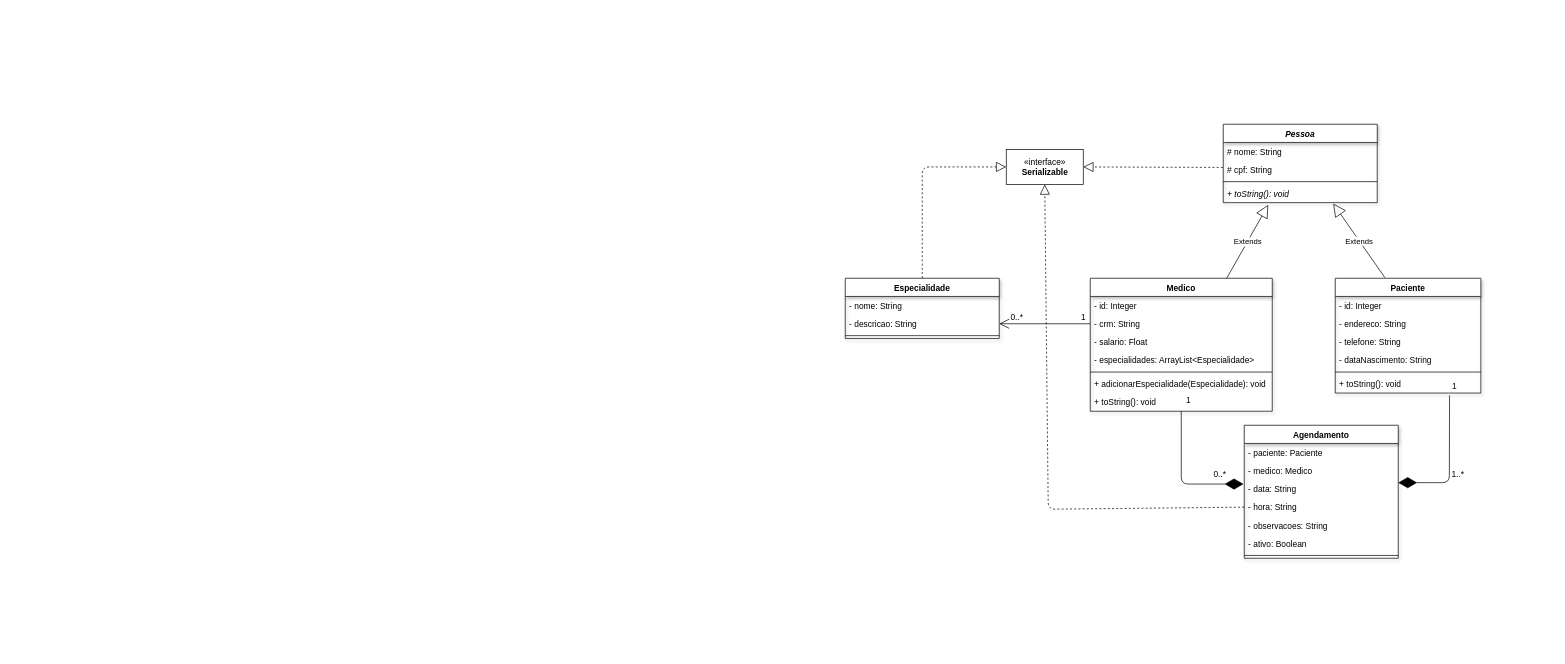
Before: projeto1/docs/medical-clinic.drawio in thalysonalexr/POO, a draw.io diagram. Source tidied: cells renumbered, new cells numbered last; positions are measured from the earlier drawing's top-left corner, leaving out a move shared by most shapes. Both pictures are drawn from the tidied source at 70%, with x=0, y=0 at pixel (845, 124).
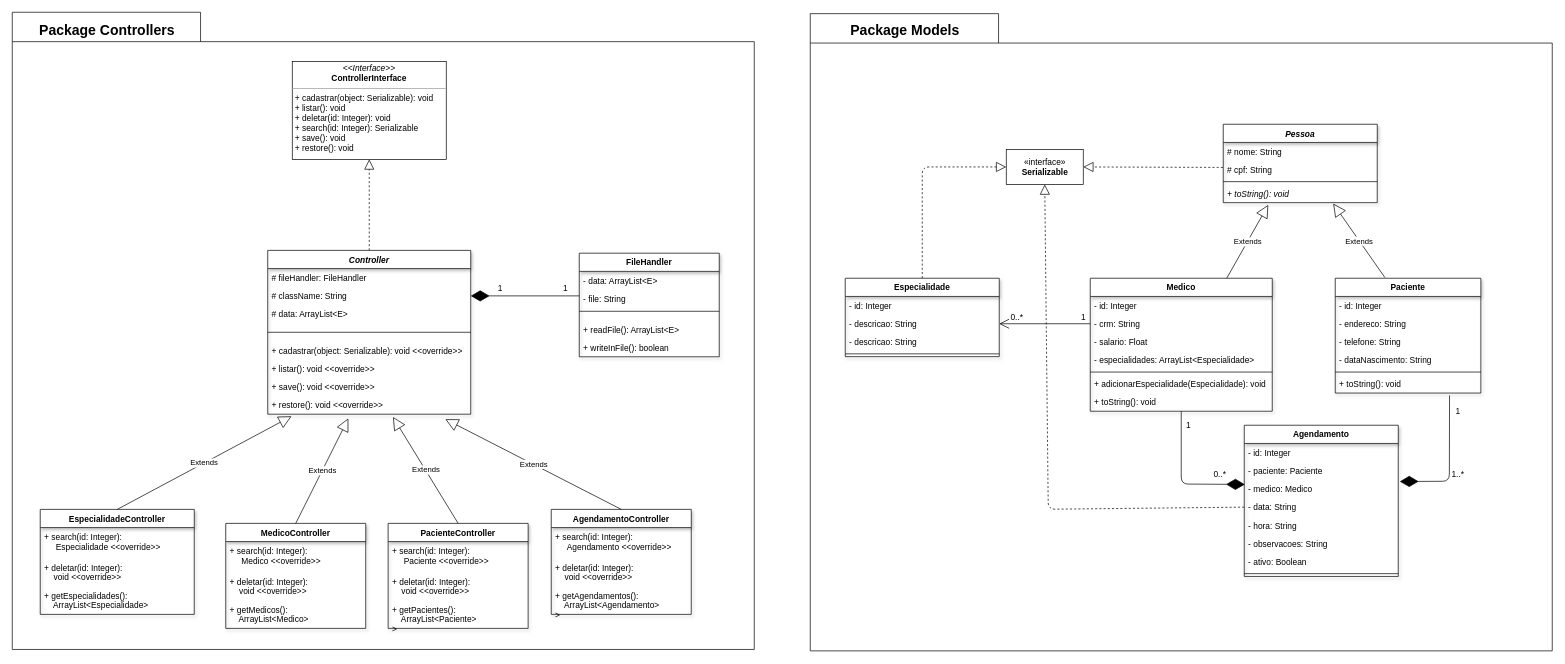
Above is the later version.

Unchanged cells that the change refers to:
```xml
<mxCell id="2" value="Medico" style="swimlane;fontStyle=1;align=center;verticalAlign=top;horizontal=1;startSize=26;shadow=1;" parent="1" vertex="1">
  <mxGeometry x="350" y="220" width="260" height="190" as="geometry" />
</mxCell>
<mxCell id="16" value="+ toString(): void" style="text;strokeColor=none;fillColor=none;align=left;verticalAlign=top;spacingLeft=4;spacingRight=4;overflow=hidden;points=[[0,0.5],[1,0.5]];portConstraint=eastwest;" parent="10" vertex="1">
  <mxGeometry y="138" width="208" height="26" as="geometry" />
</mxCell>
<mxCell id="17" value="Pessoa" style="swimlane;fontStyle=3;align=center;verticalAlign=top;horizontal=1;startSize=26;shadow=1;" parent="1" vertex="1">
  <mxGeometry x="540" width="220" height="112" as="geometry" />
</mxCell>
<mxCell id="45" value="«interface»&lt;br&gt;&lt;b&gt;Serializable&lt;/b&gt;" style="html=1;" parent="1" vertex="1">
  <mxGeometry x="230" y="36" width="110" height="50" as="geometry" />
</mxCell>
```

Diff of the diagram source:
```diff
@@
+    <mxCell id="49" style="shape=folder;fontStyle=1;spacingTop=10;tabWidth=269;tabHeight=42;tabPosition=left;html=1;" parent="1" vertex="1">
+      <mxGeometry x="-1190" y="-160" width="1060" height="910.3" as="geometry" />
+    </mxCell>
+    <mxCell id="50" value="Controller" style="swimlane;fontStyle=3;align=center;verticalAlign=top;horizontal=1;startSize=26;shadow=1;" parent="1" vertex="1">
+      <mxGeometry x="-825" y="180.2" width="290" height="234" as="geometry" />
+    </mxCell>
+    <mxCell id="51" value="# fileHandler: FileHandler" style="text;strokeColor=none;fillColor=none;align=left;verticalAlign=top;spacingLeft=4;spacingRight=4;overflow=hidden;" parent="50" vertex="1">
+      <mxGeometry y="26" width="290" height="26" as="geometry" />
+    </mxCell>
+    <mxCell id="52" value="# className: String" style="text;strokeColor=none;fillColor=none;align=left;verticalAlign=top;spacingLeft=4;spacingRight=4;overflow=hidden;points=[[0,0.5],[1,0.5]];portConstraint=eastwest;" parent="50" vertex="1">
+      <mxGeometry y="52" width="290" height="26" as="geometry" />
+    </mxCell>
+    <mxCell id="53" value="# data: ArrayList&lt;E&gt;" style="text;strokeColor=none;fillColor=none;align=left;verticalAlign=top;spacingLeft=4;spacingRight=4;overflow=hidden;" parent="50" vertex="1">
+      <mxGeometry y="78" width="290" height="26" as="geometry" />
+    </mxCell>
+    <mxCell id="54" style="line;strokeWidth=1;fillColor=none;align=left;verticalAlign=middle;spacingTop=-1;spacingLeft=3;spacingRight=3;labelPosition=right;" parent="50" vertex="1">
+      <mxGeometry y="104" width="290" height="26" as="geometry" />
+    </mxCell>
+    <mxCell id="55" value="+ cadastrar(object: Serializable): void &lt;&lt;override&gt;&gt;" style="text;strokeColor=none;fillColor=none;align=left;verticalAlign=top;spacingLeft=4;spacingRight=4;overflow=hidden;" parent="50" vertex="1">
+      <mxGeometry y="130" width="290" height="26" as="geometry" />
+    </mxCell>
+    <mxCell id="56" value="+ listar(): void &lt;&lt;override&gt;&gt;" style="text;strokeColor=none;fillColor=none;align=left;verticalAlign=top;spacingLeft=4;spacingRight=4;overflow=hidden;" parent="50" vertex="1">
+      <mxGeometry y="156" width="290" height="26" as="geometry" />
+    </mxCell>
+    <mxCell id="57" value="+ save(): void &lt;&lt;override&gt;&gt;" style="text;strokeColor=none;fillColor=none;align=left;verticalAlign=top;spacingLeft=4;spacingRight=4;overflow=hidden;" parent="50" vertex="1">
+      <mxGeometry y="182" width="290" height="26" as="geometry" />
+    </mxCell>
+    <mxCell id="58" value="+ restore(): void &lt;&lt;override&gt;&gt;" style="text;strokeColor=none;fillColor=none;align=left;verticalAlign=top;spacingLeft=4;spacingRight=4;overflow=hidden;points=[[0,0.5],[1,0.5]];portConstraint=eastwest;" parent="50" vertex="1">
+      <mxGeometry y="208" width="290" height="26" as="geometry" />
+    </mxCell>
+    <mxCell id="59" value="&lt;p style=&quot;margin: 0px ; margin-top: 4px ; text-align: center&quot;&gt;&lt;i&gt;&amp;lt;&amp;lt;Interface&amp;gt;&amp;gt;&lt;/i&gt;&lt;br&gt;&lt;b&gt;ControllerInterface&lt;/b&gt;&lt;/p&gt;&lt;hr size=&quot;1&quot;&gt;&lt;p style=&quot;margin: 0px ; margin-left: 4px&quot;&gt;+ cadastrar(object: Serializable): void&lt;br&gt;+ listar(): void&lt;/p&gt;&lt;p style=&quot;margin: 0px ; margin-left: 4px&quot;&gt;+ deletar(id: Integer): void&lt;/p&gt;&lt;p style=&quot;margin: 0px ; margin-left: 4px&quot;&gt;+ search(id: Integer): Serializable&lt;/p&gt;&lt;p style=&quot;margin: 0px ; margin-left: 4px&quot;&gt;+ save(): void&lt;/p&gt;&lt;p style=&quot;margin: 0px ; margin-left: 4px&quot;&gt;+ restore(): void&lt;/p&gt;&lt;p style=&quot;margin: 0px ; margin-left: 4px&quot;&gt;&lt;br&gt;&lt;/p&gt;" style="verticalAlign=top;align=left;overflow=fill;fontSize=12;fontFamily=Helvetica;html=1;" parent="1" vertex="1">
+      <mxGeometry x="-790" y="-89.8" width="220" height="140" as="geometry" />
+    </mxCell>
+    <mxCell id="60" style="endArrow=block;dashed=1;endFill=0;endSize=12;html=1;exitX=0.5;exitY=0;exitDx=0;exitDy=0;entryX=0.5;entryY=1;entryDx=0;entryDy=0;" parent="1" edge="1" source="50" target="59">
+      <mxGeometry relative="1" as="geometry" />
+    </mxCell>
+    <mxCell id="61" value="FileHandler" style="swimlane;fontStyle=1;align=center;verticalAlign=top;horizontal=1;startSize=26;shadow=1;" parent="1" vertex="1">
+      <mxGeometry x="-380" y="184.2" width="200" height="148" as="geometry" />
+    </mxCell>
+    <mxCell id="62" value="- data: ArrayList&lt;E&gt;" style="text;strokeColor=none;fillColor=none;align=left;verticalAlign=top;spacingLeft=4;spacingRight=4;overflow=hidden;" parent="61" vertex="1">
+      <mxGeometry y="26" width="200" height="26" as="geometry" />
+    </mxCell>
+    <mxCell id="63" value="- file: String" style="text;strokeColor=none;fillColor=none;align=left;verticalAlign=top;spacingLeft=4;spacingRight=4;overflow=hidden;points=[[0,0.5],[1,0.5]];portConstraint=eastwest;" parent="61" vertex="1">
+      <mxGeometry y="52" width="200" height="18" as="geometry" />
+    </mxCell>
+    <mxCell id="64" style="line;strokeWidth=1;fillColor=none;align=left;verticalAlign=middle;spacingTop=-1;spacingLeft=3;spacingRight=3;labelPosition=right;" parent="61" vertex="1">
+      <mxGeometry y="70" width="200" height="26" as="geometry" />
+    </mxCell>
+    <mxCell id="65" value="+ readFile(): ArrayList&lt;E&gt;" style="text;strokeColor=none;fillColor=none;align=left;verticalAlign=top;spacingLeft=4;spacingRight=4;overflow=hidden;" parent="61" vertex="1">
+      <mxGeometry y="96" width="200" height="26" as="geometry" />
+    </mxCell>
+    <mxCell id="66" value="+ writeInFile(): boolean" style="text;strokeColor=none;fillColor=none;align=left;verticalAlign=top;spacingLeft=4;spacingRight=4;overflow=hidden;" parent="61" vertex="1">
+      <mxGeometry y="122" width="200" height="26" as="geometry" />
+    </mxCell>
+    <mxCell id="67" style="endArrow=diamondThin;endFill=1;endSize=24;html=1;entryX=1;entryY=0.5;entryDx=0;entryDy=0;exitX=0;exitY=0.5;exitDx=0;exitDy=0;" parent="1" edge="1" source="63" target="52">
+      <mxGeometry relative="1" as="geometry" />
+    </mxCell>
+    <mxCell id="68" value="1" style="text;html=1;align=center;verticalAlign=middle;" parent="1" vertex="1">
+      <mxGeometry x="-503" y="225.2" width="20" height="20" as="geometry" />
+    </mxCell>
+    <mxCell id="69" value="1" style="text;html=1;align=center;verticalAlign=middle;" parent="1" vertex="1">
+      <mxGeometry x="-410" y="225.2" width="20" height="20" as="geometry" />
+    </mxCell>
+    <mxCell id="70" value="EspecialidadeController" style="swimlane;fontStyle=1;align=center;verticalAlign=top;horizontal=1;startSize=26;shadow=1;" parent="1" vertex="1">
+      <mxGeometry x="-1150" y="550.2" width="220" height="150" as="geometry" />
+    </mxCell>
+    <mxCell id="71" value="+ search(id: Integer): &#10;     Especialidade &lt;&lt;override&gt;&gt;" style="text;strokeColor=none;fillColor=none;align=left;verticalAlign=top;spacingLeft=4;spacingRight=4;overflow=hidden;" parent="70" vertex="1">
+      <mxGeometry y="26" width="220" height="44" as="geometry" />
+    </mxCell>
+    <mxCell id="72" value="+ deletar(id: Integer):&#10;    void &lt;&lt;override&gt;&gt;" style="text;strokeColor=none;fillColor=none;align=left;verticalAlign=top;spacingLeft=4;spacingRight=4;overflow=hidden;" parent="70" vertex="1">
+      <mxGeometry y="70" width="220" height="40" as="geometry" />
+    </mxCell>
+    <mxCell id="73" value="+ getEspecialidades():&#10;    ArrayList&lt;Especialidade&gt;" style="text;strokeColor=none;fillColor=none;align=left;verticalAlign=top;spacingLeft=4;spacingRight=4;overflow=hidden;" parent="70" vertex="1">
+      <mxGeometry y="110" width="220" height="40" as="geometry" />
+    </mxCell>
+    <mxCell id="74" value="Extends" style="endArrow=block;endSize=16;endFill=0;html=1;exitX=0.5;exitY=0;exitDx=0;exitDy=0;entryX=0.117;entryY=1.115;entryDx=0;entryDy=0;entryPerimeter=0;" parent="1" edge="1" source="70" target="58">
+      <mxGeometry relative="1" as="geometry" />
+    </mxCell>
+    <mxCell id="75" value="MedicoController" style="swimlane;fontStyle=1;align=center;verticalAlign=top;horizontal=1;startSize=26;shadow=1;" parent="1" vertex="1">
+      <mxGeometry x="-885" y="570.2" width="200" height="150" as="geometry" />
+    </mxCell>
+    <mxCell id="76" value="+ search(id: Integer): &#10;     Medico &lt;&lt;override&gt;&gt;" style="text;strokeColor=none;fillColor=none;align=left;verticalAlign=top;spacingLeft=4;spacingRight=4;overflow=hidden;" parent="75" vertex="1">
+      <mxGeometry y="26" width="200" height="44" as="geometry" />
+    </mxCell>
+    <mxCell id="77" value="+ deletar(id: Integer):&#10;    void &lt;&lt;override&gt;&gt;" style="text;strokeColor=none;fillColor=none;align=left;verticalAlign=top;spacingLeft=4;spacingRight=4;overflow=hidden;" parent="75" vertex="1">
+      <mxGeometry y="70" width="200" height="40" as="geometry" />
+    </mxCell>
+    <mxCell id="78" value="+ getMedicos():&#10;    ArrayList&lt;Medico&gt;" style="text;strokeColor=none;fillColor=none;align=left;verticalAlign=top;spacingLeft=4;spacingRight=4;overflow=hidden;" parent="75" vertex="1">
+      <mxGeometry y="110" width="200" height="40" as="geometry" />
+    </mxCell>
+    <mxCell id="79" value="PacienteController" style="swimlane;fontStyle=1;align=center;verticalAlign=top;horizontal=1;startSize=26;shadow=1;" parent="1" vertex="1">
+      <mxGeometry x="-653" y="570.2" width="200" height="150" as="geometry" />
+    </mxCell>
+    <mxCell id="80" value="+ search(id: Integer): &#10;     Paciente &lt;&lt;override&gt;&gt;" style="text;strokeColor=none;fillColor=none;align=left;verticalAlign=top;spacingLeft=4;spacingRight=4;overflow=hidden;" parent="79" vertex="1">
+      <mxGeometry y="26" width="200" height="44" as="geometry" />
+    </mxCell>
+    <mxCell id="81" value="+ deletar(id: Integer):&#10;    void &lt;&lt;override&gt;&gt;" style="text;strokeColor=none;fillColor=none;align=left;verticalAlign=top;spacingLeft=4;spacingRight=4;overflow=hidden;" parent="79" vertex="1">
+      <mxGeometry y="70" width="200" height="40" as="geometry" />
+    </mxCell>
+    <mxCell id="82" value="+ getPacientes():&#10;    ArrayList&lt;Paciente&gt;&#10;&gt;" style="text;strokeColor=none;fillColor=none;align=left;verticalAlign=top;spacingLeft=4;spacingRight=4;overflow=hidden;" parent="79" vertex="1">
+      <mxGeometry y="110" width="200" height="40" as="geometry" />
+    </mxCell>
+    <mxCell id="83" value="AgendamentoController" style="swimlane;fontStyle=1;align=center;verticalAlign=top;horizontal=1;startSize=26;shadow=1;" parent="1" vertex="1">
+      <mxGeometry x="-420" y="550.2" width="200" height="150" as="geometry" />
+    </mxCell>
+    <mxCell id="84" value="+ search(id: Integer): &#10;     Agendamento &lt;&lt;override&gt;&gt;" style="text;strokeColor=none;fillColor=none;align=left;verticalAlign=top;spacingLeft=4;spacingRight=4;overflow=hidden;" parent="83" vertex="1">
+      <mxGeometry y="26" width="200" height="44" as="geometry" />
+    </mxCell>
+    <mxCell id="85" value="+ deletar(id: Integer):&#10;    void &lt;&lt;override&gt;&gt;" style="text;strokeColor=none;fillColor=none;align=left;verticalAlign=top;spacingLeft=4;spacingRight=4;overflow=hidden;" parent="83" vertex="1">
+      <mxGeometry y="70" width="200" height="40" as="geometry" />
+    </mxCell>
+    <mxCell id="86" value="+ getAgendamentos():&#10;    ArrayList&lt;Agendamento&gt;&#10;&gt;" style="text;strokeColor=none;fillColor=none;align=left;verticalAlign=top;spacingLeft=4;spacingRight=4;overflow=hidden;" parent="83" vertex="1">
+      <mxGeometry y="110" width="200" height="40" as="geometry" />
+    </mxCell>
+    <mxCell id="87" value="Extends" style="endArrow=block;endSize=16;endFill=0;html=1;exitX=0.5;exitY=0;exitDx=0;exitDy=0;entryX=0.397;entryY=1.231;entryDx=0;entryDy=0;entryPerimeter=0;" parent="1" edge="1" source="75" target="58">
+      <mxGeometry relative="1" as="geometry" />
+    </mxCell>
+    <mxCell id="88" value="Extends" style="endArrow=block;endSize=16;endFill=0;html=1;exitX=0.5;exitY=0;exitDx=0;exitDy=0;entryX=0.617;entryY=1.154;entryDx=0;entryDy=0;entryPerimeter=0;" parent="1" edge="1" source="79" target="58">
+      <mxGeometry relative="1" as="geometry" />
+    </mxCell>
+    <mxCell id="89" value="Extends" style="endArrow=block;endSize=16;endFill=0;html=1;exitX=0.5;exitY=0;exitDx=0;exitDy=0;entryX=0.875;entryY=1.275;entryDx=0;entryDy=0;entryPerimeter=0;" parent="1" edge="1" source="83" target="58">
+      <mxGeometry relative="1" as="geometry" />
+    </mxCell>
+    <mxCell id="90" value="Package Controllers" style="text;html=1;align=center;verticalAlign=middle;fontSize=20;fontStyle=1;" parent="1" vertex="1">
+      <mxGeometry x="-1160" y="-150" width="210" height="30" as="geometry" />
+    </mxCell>
+    <mxCell id="91" style="shape=folder;fontStyle=1;spacingTop=10;tabWidth=269;tabHeight=42;tabPosition=left;html=1;" parent="1" vertex="1">
+      <mxGeometry x="-50" y="-158" width="1060" height="910.3" as="geometry" />
+    </mxCell>
@@
-    <mxCell id="20" style="line;strokeWidth=1;fillColor=none;align=left;verticalAlign=middle;spacingTop=-1;spacingLeft=3;spacingRight=3;labelPosition=right;" parent="17" vertex="1">
-      <mxGeometry y="78" width="220" height="8" as="geometry" />
-    </mxCell>
+    <mxCell id="92" style="line;strokeWidth=1;fillColor=none;align=left;verticalAlign=middle;spacingTop=-1;spacingLeft=3;spacingRight=3;labelPosition=right;" parent="17" vertex="1">
+      <mxGeometry y="78" width="220" height="8" as="geometry" />
+    </mxCell>
@@
     <mxCell id="24" value="Especialidade" style="swimlane;fontStyle=1;align=center;verticalAlign=top;horizontal=1;startSize=26;shadow=1;" parent="1" vertex="1">
-      <mxGeometry y="220" width="220" height="86" as="geometry" />
+      <mxGeometry y="220" width="220" height="112" as="geometry" />
     </mxCell>
-    <mxCell id="25" value="- nome: String" style="text;strokeColor=none;fillColor=none;align=left;verticalAlign=top;spacingLeft=4;spacingRight=4;overflow=hidden;" parent="24" vertex="1">
-      <mxGeometry y="26" width="220" height="26" as="geometry" />
-    </mxCell>
+    <mxCell id="93" value="- id: Integer" style="text;strokeColor=none;fillColor=none;align=left;verticalAlign=top;spacingLeft=4;spacingRight=4;overflow=hidden;" parent="24" vertex="1">
+      <mxGeometry y="26" width="220" height="26" as="geometry" />
+    </mxCell>
@@
-    <mxCell id="27" style="line;strokeWidth=1;fillColor=none;align=left;verticalAlign=middle;spacingTop=-1;spacingLeft=3;spacingRight=3;labelPosition=right;" parent="24" vertex="1">
-      <mxGeometry y="78" width="220" height="8" as="geometry" />
-    </mxCell>
+    <mxCell id="94" value="- descricao: String" style="text;strokeColor=none;fillColor=none;align=left;verticalAlign=top;spacingLeft=4;spacingRight=4;overflow=hidden;" parent="24" vertex="1">
+      <mxGeometry y="78" width="220" height="26" as="geometry" />
+    </mxCell>
+    <mxCell id="95" style="line;strokeWidth=1;fillColor=none;align=left;verticalAlign=middle;spacingTop=-1;spacingLeft=3;spacingRight=3;labelPosition=right;" parent="24" vertex="1">
+      <mxGeometry y="104" width="220" height="8" as="geometry" />
+    </mxCell>
@@
-    <mxCell id="30" value="1" style="text;html=1;align=center;verticalAlign=middle;" parent="1" vertex="1">
-      <mxGeometry x="330" y="266" width="20" height="20" as="geometry" />
-    </mxCell>
+    <mxCell id="96" value="1" style="text;html=1;align=center;verticalAlign=middle;" parent="1" vertex="1">
+      <mxGeometry x="330" y="266" width="20" height="20" as="geometry" />
+    </mxCell>
     <mxCell id="31" value="Agendamento" style="swimlane;fontStyle=1;align=center;verticalAlign=top;horizontal=1;startSize=26;shadow=1;" parent="1" vertex="1">
-      <mxGeometry x="570" y="430" width="220" height="190" as="geometry" />
+      <mxGeometry x="570" y="430" width="220" height="216" as="geometry" />
     </mxCell>
+    <mxCell id="97" value="- id: Integer" style="text;strokeColor=none;fillColor=none;align=left;verticalAlign=top;spacingLeft=4;spacingRight=4;overflow=hidden;" parent="31" vertex="1">
+      <mxGeometry y="26" width="220" height="26" as="geometry" />
+    </mxCell>
     <mxCell id="32" value="- paciente: Paciente" style="text;strokeColor=none;fillColor=none;align=left;verticalAlign=top;spacingLeft=4;spacingRight=4;overflow=hidden;" parent="31" vertex="1">
-      <mxGeometry y="26" width="220" height="26" as="geometry" />
+      <mxGeometry y="52" width="220" height="26" as="geometry" />
     </mxCell>
     <mxCell id="33" value="- medico: Medico" style="text;strokeColor=none;fillColor=none;align=left;verticalAlign=top;spacingLeft=4;spacingRight=4;overflow=hidden;points=[[0,0.5],[1,0.5]];portConstraint=eastwest;" parent="31" vertex="1">
-      <mxGeometry y="52" width="220" height="26" as="geometry" />
+      <mxGeometry y="78" width="220" height="26" as="geometry" />
     </mxCell>
     <mxCell id="34" value="- data: String" style="text;strokeColor=none;fillColor=none;align=left;verticalAlign=top;spacingLeft=4;spacingRight=4;overflow=hidden;points=[[0,0.5],[1,0.5]];portConstraint=eastwest;" parent="31" vertex="1">
-      <mxGeometry y="78" width="220" height="26" as="geometry" />
+      <mxGeometry y="104" width="220" height="26" as="geometry" />
     </mxCell>
     <mxCell id="35" value="- hora: String" style="text;strokeColor=none;fillColor=none;align=left;verticalAlign=top;spacingLeft=4;spacingRight=4;overflow=hidden;points=[[0,0.5],[1,0.5]];portConstraint=eastwest;" parent="31" vertex="1">
-      <mxGeometry y="104" width="220" height="26" as="geometry" />
+      <mxGeometry y="130" width="220" height="26" as="geometry" />
     </mxCell>
     <mxCell id="36" value="- observacoes: String" style="text;strokeColor=none;fillColor=none;align=left;verticalAlign=top;spacingLeft=4;spacingRight=4;overflow=hidden;" parent="31" vertex="1">
-      <mxGeometry y="130" width="220" height="26" as="geometry" />
+      <mxGeometry y="156" width="220" height="26" as="geometry" />
     </mxCell>
     <mxCell id="37" value="- ativo: Boolean" style="text;strokeColor=none;fillColor=none;align=left;verticalAlign=top;spacingLeft=4;spacingRight=4;overflow=hidden;" parent="31" vertex="1">
-      <mxGeometry y="156" width="220" height="26" as="geometry" />
+      <mxGeometry y="182" width="220" height="26" as="geometry" />
     </mxCell>
-    <mxCell id="38" style="line;strokeWidth=1;fillColor=none;align=left;verticalAlign=middle;spacingTop=-1;spacingLeft=3;spacingRight=3;labelPosition=right;" parent="31" vertex="1">
-      <mxGeometry y="182" width="220" height="8" as="geometry" />
-    </mxCell>
-    <mxCell id="39" style="endArrow=diamondThin;endFill=1;endSize=24;html=1;exitX=0.5;exitY=1;exitDx=0;exitDy=0;entryX=-0.005;entryY=0.231;entryDx=0;entryDy=0;entryPerimeter=0;" parent="1" edge="1" source="2" target="34">
-      <mxGeometry relative="1" as="geometry">
-        <Array as="points">
-          <mxPoint x="480" y="514" />
-        </Array>
-      </mxGeometry>
-    </mxCell>
-    <mxCell id="40" style="endArrow=diamondThin;endFill=1;endSize=24;html=1;exitX=0.785;exitY=1.131;exitDx=0;exitDy=0;exitPerimeter=0;entryX=1;entryY=0.154;entryDx=0;entryDy=0;entryPerimeter=0;" parent="1" edge="1" source="16" target="34">
-      <mxGeometry relative="1" as="geometry">
-        <Array as="points">
-          <mxPoint x="863" y="512" />
-        </Array>
-      </mxGeometry>
-    </mxCell>
-    <mxCell id="41" value="1" style="text;html=1;align=center;verticalAlign=middle;" parent="1" vertex="1">
-      <mxGeometry x="480" y="384" width="20" height="20" as="geometry" />
-    </mxCell>
+    <mxCell id="98" style="line;strokeWidth=1;fillColor=none;align=left;verticalAlign=middle;spacingTop=-1;spacingLeft=3;spacingRight=3;labelPosition=right;" parent="31" vertex="1">
+      <mxGeometry y="208" width="220" height="8" as="geometry" />
+    </mxCell>
+    <mxCell id="99" style="endArrow=diamondThin;endFill=1;endSize=24;html=1;exitX=0.5;exitY=1;exitDx=0;exitDy=0;entryX=0.004;entryY=0.251;entryDx=0;entryDy=0;entryPerimeter=0;" parent="1" edge="1" source="2" target="33">
+      <mxGeometry relative="1" as="geometry">
+        <Array as="points">
+          <mxPoint x="480" y="514" />
+        </Array>
+      </mxGeometry>
+    </mxCell>
+    <mxCell id="100" style="endArrow=diamondThin;endFill=1;endSize=24;html=1;exitX=0.785;exitY=1.131;exitDx=0;exitDy=0;exitPerimeter=0;entryX=1.01;entryY=0.092;entryDx=0;entryDy=0;entryPerimeter=0;" parent="1" edge="1" source="16" target="33">
+      <mxGeometry relative="1" as="geometry">
+        <Array as="points">
+          <mxPoint x="863" y="510" />
+        </Array>
+      </mxGeometry>
+    </mxCell>
+    <mxCell id="101" value="1" style="text;html=1;align=center;verticalAlign=middle;" parent="1" vertex="1">
+      <mxGeometry x="480" y="420" width="20" height="20" as="geometry" />
+    </mxCell>
@@
-    <mxCell id="43" value="1" style="text;html=1;align=center;verticalAlign=middle;" parent="1" vertex="1">
-      <mxGeometry x="860" y="364" width="20" height="20" as="geometry" />
-    </mxCell>
+    <mxCell id="102" value="1" style="text;html=1;align=center;verticalAlign=middle;" parent="1" vertex="1">
+      <mxGeometry x="865" y="400" width="20" height="20" as="geometry" />
+    </mxCell>
@@
-    <mxCell id="48" style="endArrow=block;dashed=1;endFill=0;endSize=12;html=1;entryX=0.5;entryY=1;entryDx=0;entryDy=0;exitX=0;exitY=0.5;exitDx=0;exitDy=0;" parent="1" edge="1" source="35" target="45">
-      <mxGeometry relative="1" as="geometry">
-        <Array as="points">
-          <mxPoint x="290" y="550" />
-        </Array>
-      </mxGeometry>
-    </mxCell>
+    <mxCell id="103" style="endArrow=block;dashed=1;endFill=0;endSize=12;html=1;entryX=0.5;entryY=1;entryDx=0;entryDy=0;exitX=0;exitY=0.5;exitDx=0;exitDy=0;" parent="1" edge="1" source="34" target="45">
+      <mxGeometry relative="1" as="geometry">
+        <Array as="points">
+          <mxPoint x="290" y="550" />
+        </Array>
+      </mxGeometry>
+    </mxCell>
+    <mxCell id="104" value="Package Models" style="text;html=1;align=center;verticalAlign=middle;fontSize=20;fontStyle=1;" parent="1" vertex="1">
+      <mxGeometry y="-150" width="170" height="30" as="geometry" />
+    </mxCell>
```
